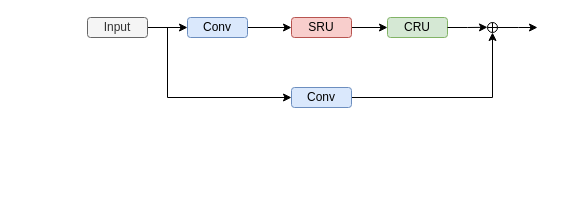
Earlier version of the draw.io diagram 未命名绘图2.drawio (ThrowYouARem/d2l-zh). Source tidied: cells renumbered, new cells numbered last; positions are measured from the earlier drawing's top-left corner, leaving out a move shared by most shapes. Both pictures are drawn from the tidied source at 100%, with x=0, y=0 at pixel (87, 17).
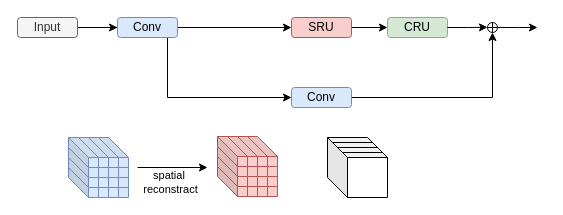
The same page after the edit.

Commit message (it also covers changes not shown here):
更新未命名绘图2.drawio

Change to the diagram source:
```diff
@@
     <mxCell id="4" value="Input" style="rounded=1;whiteSpace=wrap;html=1;fillColor=#f5f5f5;fontColor=#333333;strokeColor=#666666;" parent="1" vertex="1">
-      <mxGeometry width="60" height="20" as="geometry" />
+      <mxGeometry x="-70" width="60" height="20" as="geometry" />
     </mxCell>
@@
     <mxCell id="6" value="Conv" style="rounded=1;whiteSpace=wrap;html=1;fillColor=#dae8fc;strokeColor=#6c8ebf;" parent="1" vertex="1">
-      <mxGeometry x="100" width="60" height="20" as="geometry" />
+      <mxGeometry x="30" width="60" height="20" as="geometry" />
     </mxCell>
@@
+    <mxCell id="15" style="shape=cube;whiteSpace=wrap;html=1;boundedLbl=1;backgroundOutline=1;darkOpacity=0.05;darkOpacity2=0.1;fillColor=#dae8fc;strokeColor=#6c8ebf;" parent="1" vertex="1">
+      <mxGeometry x="11" y="150" width="30" height="30" as="geometry" />
+    </mxCell>
+    <mxCell id="16" style="shape=cube;whiteSpace=wrap;html=1;boundedLbl=1;backgroundOutline=1;darkOpacity=0.05;darkOpacity2=0.1;fillColor=#dae8fc;strokeColor=#6c8ebf;" parent="1" vertex="1">
+      <mxGeometry x="1" y="150" width="30" height="30" as="geometry" />
+    </mxCell>
+    <mxCell id="17" style="shape=cube;whiteSpace=wrap;html=1;boundedLbl=1;backgroundOutline=1;darkOpacity=0.05;darkOpacity2=0.1;fillColor=#dae8fc;strokeColor=#6c8ebf;" parent="1" vertex="1">
+      <mxGeometry x="-9" y="150" width="30" height="30" as="geometry" />
+    </mxCell>
+    <mxCell id="18" style="shape=cube;whiteSpace=wrap;html=1;boundedLbl=1;backgroundOutline=1;darkOpacity=0.05;darkOpacity2=0.1;fillColor=#dae8fc;strokeColor=#6c8ebf;" parent="1" vertex="1">
+      <mxGeometry x="-19" y="150" width="30" height="30" as="geometry" />
+    </mxCell>
+    <mxCell id="19" style="shape=cube;whiteSpace=wrap;html=1;boundedLbl=1;backgroundOutline=1;darkOpacity=0.05;darkOpacity2=0.1;fillColor=#dae8fc;strokeColor=#6c8ebf;" parent="1" vertex="1">
+      <mxGeometry x="11" y="140" width="30" height="30" as="geometry" />
+    </mxCell>
+    <mxCell id="20" style="shape=cube;whiteSpace=wrap;html=1;boundedLbl=1;backgroundOutline=1;darkOpacity=0.05;darkOpacity2=0.1;fillColor=#dae8fc;strokeColor=#6c8ebf;" parent="1" vertex="1">
+      <mxGeometry x="1" y="140" width="30" height="30" as="geometry" />
+    </mxCell>
+    <mxCell id="21" style="shape=cube;whiteSpace=wrap;html=1;boundedLbl=1;backgroundOutline=1;darkOpacity=0.05;darkOpacity2=0.1;fillColor=#dae8fc;strokeColor=#6c8ebf;" parent="1" vertex="1">
+      <mxGeometry x="-9" y="140" width="30" height="30" as="geometry" />
+    </mxCell>
+    <mxCell id="22" style="shape=cube;whiteSpace=wrap;html=1;boundedLbl=1;backgroundOutline=1;darkOpacity=0.05;darkOpacity2=0.1;fillColor=#dae8fc;strokeColor=#6c8ebf;" parent="1" vertex="1">
+      <mxGeometry x="-19" y="140" width="30" height="30" as="geometry" />
+    </mxCell>
+    <mxCell id="23" style="shape=cube;whiteSpace=wrap;html=1;boundedLbl=1;backgroundOutline=1;darkOpacity=0.05;darkOpacity2=0.1;fillColor=#dae8fc;strokeColor=#6c8ebf;" parent="1" vertex="1">
+      <mxGeometry x="11" y="130" width="30" height="30" as="geometry" />
+    </mxCell>
+    <mxCell id="24" style="shape=cube;whiteSpace=wrap;html=1;boundedLbl=1;backgroundOutline=1;darkOpacity=0.05;darkOpacity2=0.1;fillColor=#dae8fc;strokeColor=#6c8ebf;" parent="1" vertex="1">
+      <mxGeometry x="1" y="130" width="30" height="30" as="geometry" />
+    </mxCell>
+    <mxCell id="25" style="shape=cube;whiteSpace=wrap;html=1;boundedLbl=1;backgroundOutline=1;darkOpacity=0.05;darkOpacity2=0.1;fillColor=#dae8fc;strokeColor=#6c8ebf;" parent="1" vertex="1">
+      <mxGeometry x="-9" y="130" width="30" height="30" as="geometry" />
+    </mxCell>
+    <mxCell id="26" style="shape=cube;whiteSpace=wrap;html=1;boundedLbl=1;backgroundOutline=1;darkOpacity=0.05;darkOpacity2=0.1;fillColor=#dae8fc;strokeColor=#6c8ebf;" parent="1" vertex="1">
+      <mxGeometry x="-19" y="130" width="30" height="30" as="geometry" />
+    </mxCell>
+    <mxCell id="27" style="shape=cube;whiteSpace=wrap;html=1;boundedLbl=1;backgroundOutline=1;darkOpacity=0.05;darkOpacity2=0.1;fillColor=#dae8fc;strokeColor=#6c8ebf;" parent="1" vertex="1">
+      <mxGeometry x="11" y="120" width="30" height="30" as="geometry" />
+    </mxCell>
+    <mxCell id="28" style="shape=cube;whiteSpace=wrap;html=1;boundedLbl=1;backgroundOutline=1;darkOpacity=0.05;darkOpacity2=0.1;fillColor=#dae8fc;strokeColor=#6c8ebf;" parent="1" vertex="1">
+      <mxGeometry x="1" y="120" width="30" height="30" as="geometry" />
+    </mxCell>
+    <mxCell id="29" style="shape=cube;whiteSpace=wrap;html=1;boundedLbl=1;backgroundOutline=1;darkOpacity=0.05;darkOpacity2=0.1;fillColor=#dae8fc;strokeColor=#6c8ebf;" parent="1" vertex="1">
+      <mxGeometry x="-9" y="120" width="30" height="30" as="geometry" />
+    </mxCell>
+    <mxCell id="30" style="shape=cube;whiteSpace=wrap;html=1;boundedLbl=1;backgroundOutline=1;darkOpacity=0.05;darkOpacity2=0.1;fillColor=#dae8fc;strokeColor=#6c8ebf;" parent="1" vertex="1">
+      <mxGeometry x="-19" y="120" width="30" height="30" as="geometry" />
+    </mxCell>
+    <mxCell id="31" style="shape=cube;whiteSpace=wrap;html=1;boundedLbl=1;backgroundOutline=1;darkOpacity=0.05;darkOpacity2=0.1;" parent="1" vertex="1">
+      <mxGeometry x="240" y="120" width="60" height="60" as="geometry" />
+    </mxCell>
+    <mxCell id="32" style="shape=cube;whiteSpace=wrap;html=1;boundedLbl=1;backgroundOutline=1;darkOpacity=0.05;darkOpacity2=0.1;fillColor=#f8cecc;strokeColor=#b85450;" parent="1" vertex="1">
+      <mxGeometry x="160" y="149" width="30" height="30" as="geometry" />
+    </mxCell>
+    <mxCell id="33" style="shape=cube;whiteSpace=wrap;html=1;boundedLbl=1;backgroundOutline=1;darkOpacity=0.05;darkOpacity2=0.1;fillColor=#f8cecc;strokeColor=#b85450;" parent="1" vertex="1">
+      <mxGeometry x="150" y="149" width="30" height="30" as="geometry" />
+    </mxCell>
+    <mxCell id="34" style="shape=cube;whiteSpace=wrap;html=1;boundedLbl=1;backgroundOutline=1;darkOpacity=0.05;darkOpacity2=0.1;fillColor=#f8cecc;strokeColor=#b85450;" parent="1" vertex="1">
+      <mxGeometry x="140" y="149" width="30" height="30" as="geometry" />
+    </mxCell>
+    <mxCell id="35" style="shape=cube;whiteSpace=wrap;html=1;boundedLbl=1;backgroundOutline=1;darkOpacity=0.05;darkOpacity2=0.1;fillColor=#f8cecc;strokeColor=#b85450;" parent="1" vertex="1">
+      <mxGeometry x="130" y="149" width="30" height="30" as="geometry" />
+    </mxCell>
+    <mxCell id="36" style="shape=cube;whiteSpace=wrap;html=1;boundedLbl=1;backgroundOutline=1;darkOpacity=0.05;darkOpacity2=0.1;fillColor=#f8cecc;strokeColor=#b85450;" parent="1" vertex="1">
+      <mxGeometry x="160" y="139" width="30" height="30" as="geometry" />
+    </mxCell>
+    <mxCell id="37" style="shape=cube;whiteSpace=wrap;html=1;boundedLbl=1;backgroundOutline=1;darkOpacity=0.05;darkOpacity2=0.1;fillColor=#f8cecc;strokeColor=#b85450;" parent="1" vertex="1">
+      <mxGeometry x="150" y="139" width="30" height="30" as="geometry" />
+    </mxCell>
+    <mxCell id="38" style="shape=cube;whiteSpace=wrap;html=1;boundedLbl=1;backgroundOutline=1;darkOpacity=0.05;darkOpacity2=0.1;fillColor=#f8cecc;strokeColor=#b85450;" parent="1" vertex="1">
+      <mxGeometry x="140" y="139" width="30" height="30" as="geometry" />
+    </mxCell>
+    <mxCell id="39" style="shape=cube;whiteSpace=wrap;html=1;boundedLbl=1;backgroundOutline=1;darkOpacity=0.05;darkOpacity2=0.1;fillColor=#f8cecc;strokeColor=#b85450;" parent="1" vertex="1">
+      <mxGeometry x="130" y="139" width="30" height="30" as="geometry" />
+    </mxCell>
+    <mxCell id="40" style="shape=cube;whiteSpace=wrap;html=1;boundedLbl=1;backgroundOutline=1;darkOpacity=0.05;darkOpacity2=0.1;fillColor=#f8cecc;strokeColor=#b85450;" parent="1" vertex="1">
+      <mxGeometry x="160" y="129" width="30" height="30" as="geometry" />
+    </mxCell>
+    <mxCell id="41" style="shape=cube;whiteSpace=wrap;html=1;boundedLbl=1;backgroundOutline=1;darkOpacity=0.05;darkOpacity2=0.1;fillColor=#f8cecc;strokeColor=#b85450;" parent="1" vertex="1">
+      <mxGeometry x="150" y="129" width="30" height="30" as="geometry" />
+    </mxCell>
+    <mxCell id="42" style="shape=cube;whiteSpace=wrap;html=1;boundedLbl=1;backgroundOutline=1;darkOpacity=0.05;darkOpacity2=0.1;fillColor=#f8cecc;strokeColor=#b85450;" parent="1" vertex="1">
+      <mxGeometry x="140" y="129" width="30" height="30" as="geometry" />
+    </mxCell>
+    <mxCell id="43" style="shape=cube;whiteSpace=wrap;html=1;boundedLbl=1;backgroundOutline=1;darkOpacity=0.05;darkOpacity2=0.1;fillColor=#f8cecc;strokeColor=#b85450;" parent="1" vertex="1">
+      <mxGeometry x="130" y="129" width="30" height="30" as="geometry" />
+    </mxCell>
+    <mxCell id="44" style="shape=cube;whiteSpace=wrap;html=1;boundedLbl=1;backgroundOutline=1;darkOpacity=0.05;darkOpacity2=0.1;fillColor=#f8cecc;strokeColor=#b85450;" parent="1" vertex="1">
+      <mxGeometry x="160" y="119" width="30" height="30" as="geometry" />
+    </mxCell>
+    <mxCell id="45" style="shape=cube;whiteSpace=wrap;html=1;boundedLbl=1;backgroundOutline=1;darkOpacity=0.05;darkOpacity2=0.1;fillColor=#f8cecc;strokeColor=#b85450;" parent="1" vertex="1">
+      <mxGeometry x="150" y="119" width="30" height="30" as="geometry" />
+    </mxCell>
+    <mxCell id="46" style="shape=cube;whiteSpace=wrap;html=1;boundedLbl=1;backgroundOutline=1;darkOpacity=0.05;darkOpacity2=0.1;fillColor=#f8cecc;strokeColor=#b85450;" parent="1" vertex="1">
+      <mxGeometry x="140" y="119" width="30" height="30" as="geometry" />
+    </mxCell>
+    <mxCell id="47" style="shape=cube;whiteSpace=wrap;html=1;boundedLbl=1;backgroundOutline=1;darkOpacity=0.05;darkOpacity2=0.1;fillColor=#f8cecc;strokeColor=#b85450;" parent="1" vertex="1">
+      <mxGeometry x="130" y="119" width="30" height="30" as="geometry" />
+    </mxCell>
+    <mxCell id="48" style="endArrow=classic;html=1;rounded=0;" parent="1" edge="1">
+      <mxGeometry relative="1" as="geometry">
+        <mxPoint x="50" y="150" as="sourcePoint" />
+        <mxPoint x="120" y="150" as="targetPoint" />
+      </mxGeometry>
+    </mxCell>
+    <mxCell id="49" value="spatial&amp;nbsp;&lt;div&gt;reconstract&lt;/div&gt;" style="edgeLabel;html=1;align=center;verticalAlign=middle;" parent="48" vertex="1">
+      <mxGeometry x="0.27" relative="1" as="geometry">
+        <mxPoint x="-12" y="14" as="offset" />
+      </mxGeometry>
+    </mxCell>
+    <mxCell id="50" style="endArrow=none;html=1;rounded=0;" parent="1" edge="1">
+      <mxGeometry relative="1" as="geometry">
+        <mxPoint x="250" y="130" as="sourcePoint" />
+        <mxPoint x="290" y="130" as="targetPoint" />
+      </mxGeometry>
+    </mxCell>
+    <mxCell id="51" style="endArrow=none;html=1;rounded=0;" parent="1" edge="1">
+      <mxGeometry relative="1" as="geometry">
+        <mxPoint x="255" y="135" as="sourcePoint" />
+        <mxPoint x="295" y="135" as="targetPoint" />
+      </mxGeometry>
+    </mxCell>
+    <mxCell id="52" style="endArrow=none;html=1;rounded=0;" parent="1" edge="1">
+      <mxGeometry relative="1" as="geometry">
+        <mxPoint x="245" y="125" as="sourcePoint" />
+        <mxPoint x="285" y="125" as="targetPoint" />
+      </mxGeometry>
+    </mxCell>
```
